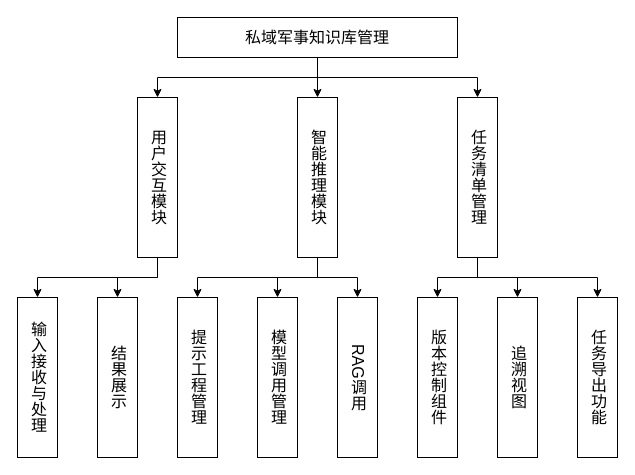
runoob09/drawio keeps this draw.io diagram as 技术要求-使命分解模块.drawio. Above is the earlier version. Source tidied: cells renumbered, new cells numbered last; positions are measured from the earlier drawing's top-left corner, leaving out a move shared by most shapes. Both pictures are drawn from the tidied source at 100%, with x=0, y=0 at pixel (17, 17).
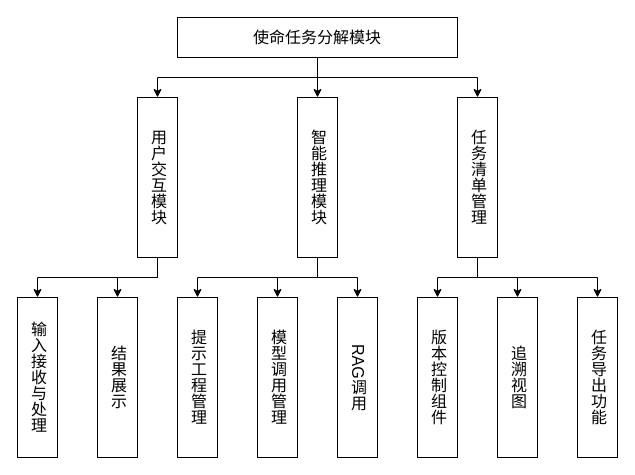
The same page after the edit.

Commit message:
更新技术要求-使命分解模块.drawio

Diff of the diagram source:
```diff
@@
-    <mxCell id="5" value="私域军事知识库管理" style="rounded=0;whiteSpace=wrap;html=1;fontSize=16;" parent="1" vertex="1">
+    <mxCell id="5" value="使命任务分解模块" style="rounded=0;whiteSpace=wrap;html=1;fontSize=16;" parent="1" vertex="1">
       <mxGeometry x="160" width="280" height="40" as="geometry" />
     </mxCell>
```
